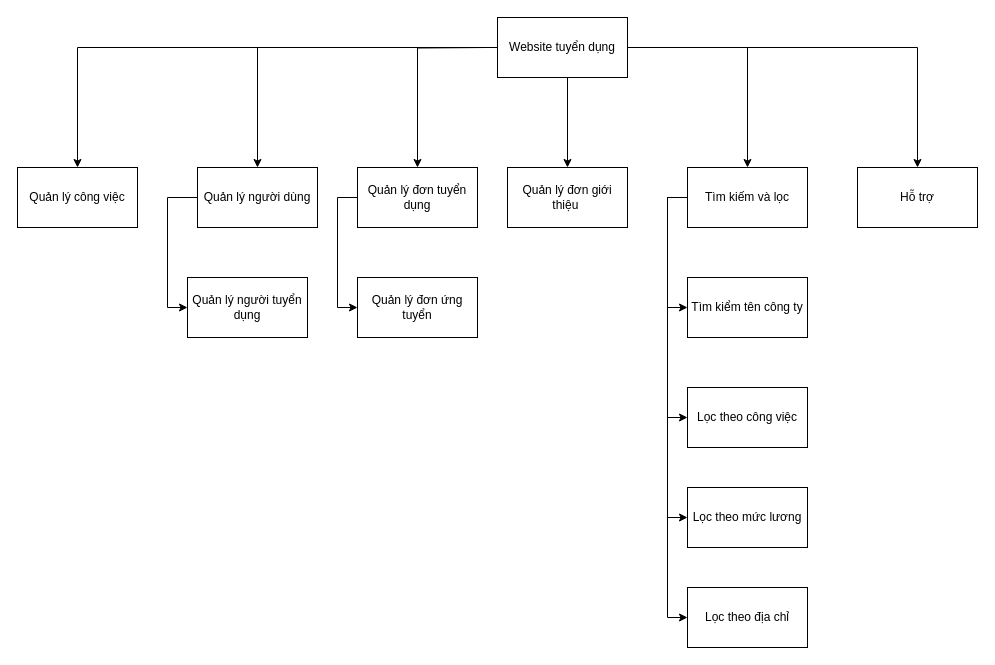
The draw.io diagram PHANRACHUCNANG.drawio in LeeTaDa/LeTatDat, before the edit. Source tidied: cells renumbered, new cells numbered last; positions are measured from the earlier drawing's top-left corner, leaving out a move shared by most shapes. Both pictures are drawn from the tidied source at 100%, with x=0, y=0 at pixel (17, 17).
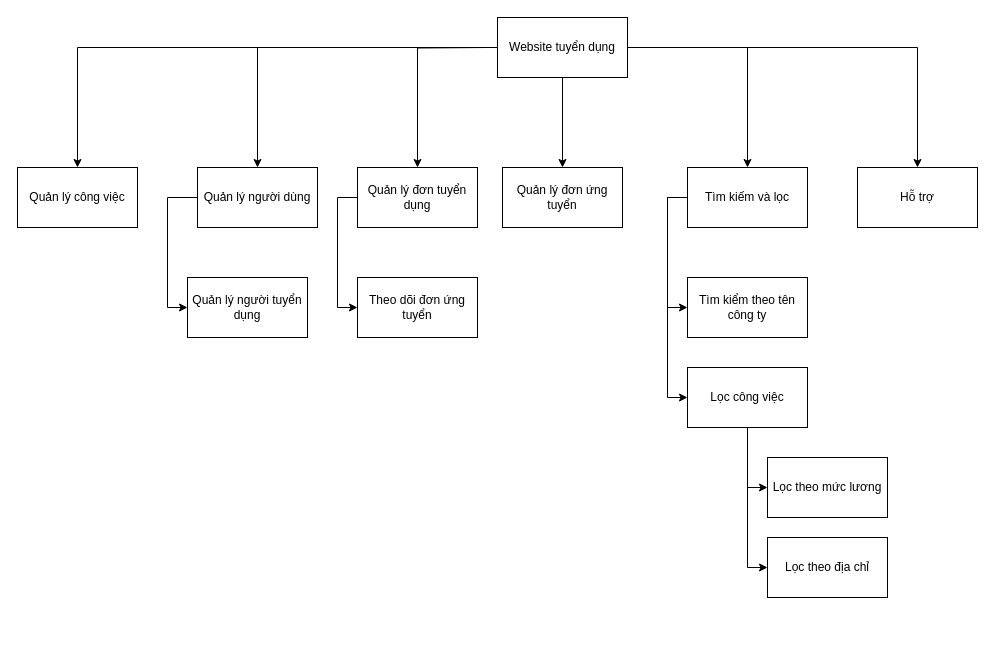
The same diagram, later.

Unchanged cells that the change refers to:
```xml
<mxCell id="7" value="Website tuyển dụng" style="rounded=0;whiteSpace=wrap;html=1;" parent="1" vertex="1">
  <mxGeometry x="480" width="130" height="60" as="geometry" />
</mxCell>
<mxCell id="9" value="Quản lý đơn tuyển dụng" style="rounded=0;whiteSpace=wrap;html=1;" parent="1" vertex="1">
  <mxGeometry x="340" y="150" width="120" height="60" as="geometry" />
</mxCell>
<mxCell id="14" value="Tìm kiếm và lọc" style="rounded=0;whiteSpace=wrap;html=1;" parent="1" vertex="1">
  <mxGeometry x="670" y="150" width="120" height="60" as="geometry" />
</mxCell>
```

Diff of the diagram source:
```diff
@@
+    <mxCell id="27" style="edgeStyle=orthogonalEdgeStyle;rounded=0;jettySize=auto;html=1;entryX=0.5;entryY=0;entryDx=0;entryDy=0;" parent="1" edge="1" source="7" target="26">
+      <mxGeometry relative="1" as="geometry" />
+    </mxCell>
@@
-    <mxCell id="8" style="edgeStyle=elbowEdgeStyle;rounded=0;jettySize=auto;html=1;entryX=0;entryY=0.5;entryDx=0;entryDy=0;" parent="1" edge="1" source="9" target="26">
-      <mxGeometry relative="1" as="geometry">
-        <Array as="points">
-          <mxPoint x="320" y="250" />
-          <mxPoint x="310" y="240" />
-        </Array>
-      </mxGeometry>
-    </mxCell>
+    <mxCell id="28" style="edgeStyle=elbowEdgeStyle;rounded=0;jettySize=auto;html=1;entryX=0;entryY=0.5;entryDx=0;entryDy=0;exitX=0;exitY=0.5;exitDx=0;exitDy=0;" parent="1" edge="1" source="9" target="31">
+      <mxGeometry relative="1" as="geometry">
+        <Array as="points">
+          <mxPoint x="320" y="220" />
+        </Array>
+      </mxGeometry>
+    </mxCell>
@@
-    <mxCell id="12" style="edgeStyle=elbowEdgeStyle;rounded=0;jettySize=auto;html=1;entryX=0;entryY=0.5;entryDx=0;entryDy=0;" parent="1" edge="1" source="14" target="24">
-      <mxGeometry relative="1" as="geometry">
-        <Array as="points">
-          <mxPoint x="650" y="350" />
-        </Array>
-      </mxGeometry>
-    </mxCell>
-    <mxCell id="13" style="edgeStyle=elbowEdgeStyle;rounded=0;jettySize=auto;html=1;entryX=0;entryY=0.5;entryDx=0;entryDy=0;" parent="1" edge="1" source="14" target="25">
-      <mxGeometry relative="1" as="geometry">
-        <Array as="points">
-          <mxPoint x="650" y="410" />
-        </Array>
-      </mxGeometry>
-    </mxCell>
@@
-    <mxCell id="15" value="Quản lý đơn giới thiệu&amp;nbsp;" style="rounded=0;whiteSpace=wrap;html=1;" parent="1" vertex="1">
-      <mxGeometry x="490" y="150" width="120" height="60" as="geometry" />
-    </mxCell>
-    <mxCell id="16" style="edgeStyle=orthogonalEdgeStyle;rounded=0;jettySize=auto;html=1;entryX=0.5;entryY=0;entryDx=0;entryDy=0;" parent="1" edge="1" source="7" target="15">
-      <mxGeometry relative="1" as="geometry">
-        <Array as="points">
-          <mxPoint x="550" y="150" />
-        </Array>
-      </mxGeometry>
-    </mxCell>
@@
-    <mxCell id="21" value="Tìm kiểm tên công ty" style="rounded=0;whiteSpace=wrap;html=1;" parent="1" vertex="1">
+    <mxCell id="21" value="Tìm kiểm theo tên công ty" style="rounded=0;whiteSpace=wrap;html=1;" parent="1" vertex="1">
       <mxGeometry x="670" y="260" width="120" height="60" as="geometry" />
     </mxCell>
+    <mxCell id="29" style="edgeStyle=orthogonalEdgeStyle;rounded=0;jettySize=auto;html=1;entryX=0;entryY=0.5;entryDx=0;entryDy=0;" parent="1" edge="1" source="22" target="24">
+      <mxGeometry relative="1" as="geometry" />
+    </mxCell>
+    <mxCell id="30" style="edgeStyle=orthogonalEdgeStyle;rounded=0;jettySize=auto;html=1;entryX=0;entryY=0.5;entryDx=0;entryDy=0;" parent="1" edge="1" source="22" target="25">
+      <mxGeometry relative="1" as="geometry" />
+    </mxCell>
-    <mxCell id="22" value="Lọc theo công việc" style="rounded=0;whiteSpace=wrap;html=1;" parent="1" vertex="1">
-      <mxGeometry x="670" y="370" width="120" height="60" as="geometry" />
+    <mxCell id="22" value="Lọc công việc" style="rounded=0;whiteSpace=wrap;html=1;" parent="1" vertex="1">
+      <mxGeometry x="670" y="350" width="120" height="60" as="geometry" />
     </mxCell>
@@
     <mxCell id="24" value="Lọc theo mức lương" style="rounded=0;whiteSpace=wrap;html=1;" parent="1" vertex="1">
-      <mxGeometry x="670" y="470" width="120" height="60" as="geometry" />
+      <mxGeometry x="750" y="440" width="120" height="60" as="geometry" />
     </mxCell>
     <mxCell id="25" value="Lọc theo địa chỉ" style="rounded=0;whiteSpace=wrap;html=1;" parent="1" vertex="1">
-      <mxGeometry x="670" y="570" width="120" height="60" as="geometry" />
+      <mxGeometry x="750" y="520" width="120" height="60" as="geometry" />
     </mxCell>
     <mxCell id="26" value="Quản lý đơn ứng tuyển" style="rounded=0;whiteSpace=wrap;html=1;" parent="1" vertex="1">
-      <mxGeometry x="340" y="260" width="120" height="60" as="geometry" />
+      <mxGeometry x="485" y="150" width="120" height="60" as="geometry" />
     </mxCell>
+    <mxCell id="31" value="Theo dõi đơn ứng tuyển" style="rounded=0;whiteSpace=wrap;html=1;" parent="1" vertex="1">
+      <mxGeometry x="340" y="260" width="120" height="60" as="geometry" />
+    </mxCell>
```
